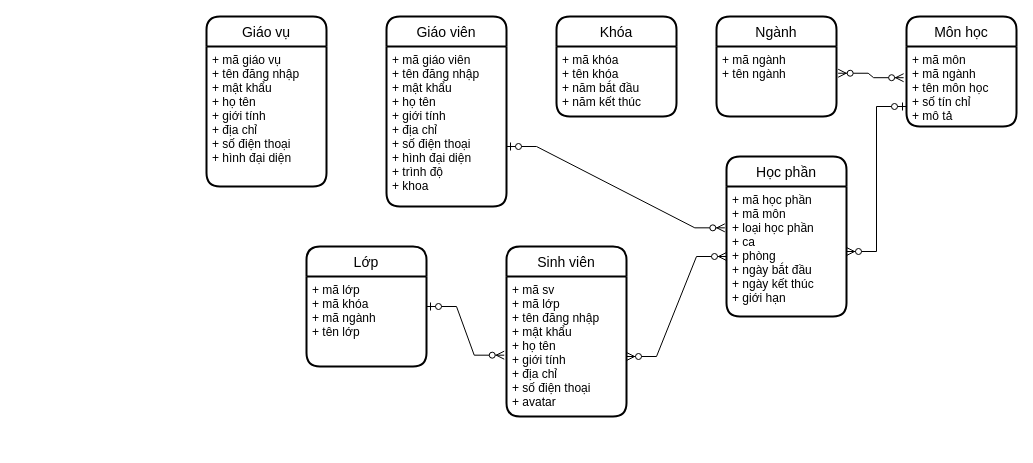
This is page "Page-1" (1 of 3) of documents/sơ đồ thực thể QLHV.drawio from buianhtai1205/Quan_Ly_Hoc_Vien, a draw.io file, before an edit. Source tidied: cells renumbered, new cells numbered last; positions are measured from the earlier drawing's top-left corner, leaving out a move shared by most shapes. Both pictures are drawn from the tidied source at 100%, with x=0, y=0 at pixel (206, 16).
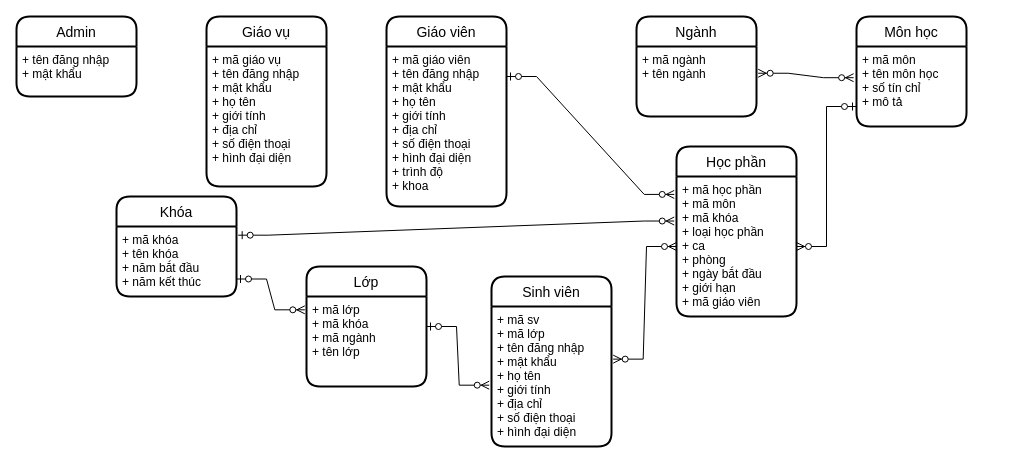
The same page after the edit.

The change refers to these unchanged cells:
```xml
<mxCell id="5" value="+ mã giáo viên&#10;+ tên đăng nhập&#10;+ mật khẩu&#10;+ họ tên&#10;+ giới tính&#10;+ địa chỉ&#10;+ số điện thoại&#10;+ hình đại diện&#10;+ trình độ &#10;+ khoa" style="align=left;strokeColor=none;fillColor=none;spacingLeft=4;fontSize=12;verticalAlign=top;" parent="4" vertex="1">
  <mxGeometry y="30" width="120" height="160" as="geometry" />
</mxCell>
<mxCell id="7" value="+ mã khóa&#10;+ tên khóa&#10;+ năm bắt đầu&#10;+ năm kết thúc" style="align=left;strokeColor=none;fillColor=none;spacingLeft=4;fontSize=12;verticalAlign=top;" parent="6" vertex="1">
  <mxGeometry y="30" width="120" height="70" as="geometry" />
</mxCell>
<mxCell id="11" value="+ mã lớp&#10;+ mã khóa&#10;+ mã ngành&#10;+ tên lớp" style="align=left;strokeColor=none;fillColor=none;spacingLeft=4;fontSize=12;verticalAlign=top;" parent="10" vertex="1">
  <mxGeometry y="30" width="120" height="90" as="geometry" />
</mxCell>
```

Change to the diagram source:
```diff
@@
     <mxCell id="6" value="Khóa" style="swimlane;horizontal=1;startSize=30;rounded=1;fontSize=14;fontStyle=0;strokeWidth=2;shadow=0;dashed=0;align=center;" parent="1" vertex="1">
-      <mxGeometry x="350" width="120" height="100" as="geometry" />
+      <mxGeometry x="-90" y="180" width="120" height="100" as="geometry" />
     </mxCell>
@@
     <mxCell id="8" value="Ngành" style="swimlane;horizontal=1;startSize=30;rounded=1;fontSize=14;fontStyle=0;strokeWidth=2;shadow=0;dashed=0;align=center;" parent="1" vertex="1">
-      <mxGeometry x="510" width="120" height="100" as="geometry" />
+      <mxGeometry x="430" width="120" height="100" as="geometry" />
     </mxCell>
@@
     <mxCell id="10" value="Lớp" style="swimlane;horizontal=1;startSize=30;rounded=1;fontSize=14;fontStyle=0;strokeWidth=2;shadow=0;dashed=0;align=center;" parent="1" vertex="1">
-      <mxGeometry x="100" y="230" width="120" height="120" as="geometry" />
+      <mxGeometry x="100" y="250" width="120" height="120" as="geometry" />
     </mxCell>
@@
     <mxCell id="12" value="Môn học" style="swimlane;horizontal=1;startSize=30;rounded=1;fontSize=14;fontStyle=0;strokeWidth=2;shadow=0;dashed=0;align=center;" parent="1" vertex="1">
-      <mxGeometry x="700" width="110" height="110" as="geometry" />
+      <mxGeometry x="650" width="110" height="110" as="geometry" />
     </mxCell>
-    <mxCell id="13" value="+ mã môn&#10;+ mã ngành&#10;+ tên môn học&#10;+ số tín chỉ&#10;+ mô tả" style="align=left;strokeColor=none;fillColor=none;spacingLeft=4;fontSize=12;verticalAlign=top;" parent="12" vertex="1">
+    <mxCell id="13" value="+ mã môn&#10;+ tên môn học&#10;+ số tín chỉ&#10;+ mô tả" style="align=left;strokeColor=none;fillColor=none;spacingLeft=4;fontSize=12;verticalAlign=top;" parent="12" vertex="1">
       <mxGeometry y="30" width="110" height="80" as="geometry" />
     </mxCell>
@@
     <mxCell id="15" value="Sinh viên" style="swimlane;horizontal=1;startSize=30;rounded=1;fontSize=14;fontStyle=0;strokeWidth=2;shadow=0;dashed=0;align=center;" parent="1" vertex="1">
-      <mxGeometry x="300" y="230" width="120" height="170" as="geometry" />
+      <mxGeometry x="285" y="260" width="120" height="170" as="geometry" />
     </mxCell>
-    <mxCell id="16" value="+ mã sv&#10;+ mã lớp&#10;+ tên đăng nhập&#10;+ mật khẩu&#10;+ họ tên&#10;+ giới tính&#10;+ địa chỉ&#10;+ số điện thoại&#10;+ avatar" style="align=left;strokeColor=none;fillColor=none;spacingLeft=4;fontSize=12;verticalAlign=top;" parent="15" vertex="1">
+    <mxCell id="16" value="+ mã sv&#10;+ mã lớp&#10;+ tên đăng nhập&#10;+ mật khẩu&#10;+ họ tên&#10;+ giới tính&#10;+ địa chỉ&#10;+ số điện thoại&#10;+ hình đại diện&#10;" style="align=left;strokeColor=none;fillColor=none;spacingLeft=4;fontSize=12;verticalAlign=top;" parent="15" vertex="1">
       <mxGeometry y="30" width="120" height="140" as="geometry" />
     </mxCell>
     <mxCell id="17" value="Học phần" style="swimlane;horizontal=1;startSize=30;rounded=1;fontSize=14;fontStyle=0;strokeWidth=2;shadow=0;dashed=0;align=center;" parent="1" vertex="1">
-      <mxGeometry x="520" y="140" width="120" height="160" as="geometry" />
+      <mxGeometry x="470" y="130" width="120" height="170" as="geometry" />
     </mxCell>
-    <mxCell id="18" value="+ mã học phần&#10;+ mã môn&#10;+ loại học phần&#10;+ ca&#10;+ phòng&#10;+ ngày bắt đầu&#10;+ ngày kết thúc&#10;+ giới hạn" style="align=left;strokeColor=none;fillColor=none;spacingLeft=4;fontSize=12;verticalAlign=top;" parent="17" vertex="1">
-      <mxGeometry y="30" width="120" height="130" as="geometry" />
+    <mxCell id="18" value="+ mã học phần&#10;+ mã môn&#10;+ mã khóa&#10;+ loại học phần&#10;+ ca&#10;+ phòng&#10;+ ngày bắt đầu&#10;+ giới hạn&#10;+ mã giáo viên" style="align=left;strokeColor=none;fillColor=none;spacingLeft=4;fontSize=12;verticalAlign=top;" parent="17" vertex="1">
+      <mxGeometry y="30" width="120" height="140" as="geometry" />
     </mxCell>
@@
-    <mxCell id="21" style="edgeStyle=entityRelationEdgeStyle;fontSize=12;html=1;endArrow=ERzeroToMany;startArrow=ERzeroToOne;rounded=0;entryX=-0.014;entryY=0.318;entryDx=0;entryDy=0;entryPerimeter=0;exitX=1;exitY=0.625;exitDx=0;exitDy=0;exitPerimeter=0;" parent="1" edge="1" source="5" target="18">
-      <mxGeometry relative="1" as="geometry" />
+    <mxCell id="21" style="edgeStyle=entityRelationEdgeStyle;fontSize=12;html=1;endArrow=ERzeroToMany;startArrow=ERzeroToOne;rounded=0;entryX=-0.019;entryY=0.128;entryDx=0;entryDy=0;entryPerimeter=0;" parent="1" edge="1" target="18">
+      <mxGeometry relative="1" as="geometry">
+        <mxPoint x="300" y="60" as="sourcePoint" />
+      </mxGeometry>
     </mxCell>
-    <mxCell id="22" style="edgeStyle=entityRelationEdgeStyle;fontSize=12;html=1;endArrow=ERzeroToMany;endFill=1;startArrow=ERzeroToMany;rounded=0;" parent="1" edge="1">
-      <mxGeometry relative="1" as="geometry">
-        <mxPoint x="420" y="340" as="sourcePoint" />
-        <mxPoint x="520" y="240" as="targetPoint" />
-      </mxGeometry>
+    <mxCell id="22" style="edgeStyle=entityRelationEdgeStyle;fontSize=12;html=1;endArrow=ERzeroToMany;endFill=1;startArrow=ERzeroToMany;rounded=0;entryX=0;entryY=0.5;entryDx=0;entryDy=0;exitX=1.014;exitY=0.376;exitDx=0;exitDy=0;exitPerimeter=0;" parent="1" edge="1" source="16" target="18">
+      <mxGeometry relative="1" as="geometry" />
     </mxCell>
+    <mxCell id="23" value="Admin" style="swimlane;horizontal=1;startSize=30;rounded=1;fontSize=14;fontStyle=0;strokeWidth=2;shadow=0;dashed=0;align=center;" parent="1" vertex="1">
+      <mxGeometry x="-190" width="120" height="80" as="geometry" />
+    </mxCell>
+    <mxCell id="24" value="+ tên đăng nhập&#10;+ mật khẩu" style="align=left;strokeColor=none;fillColor=none;spacingLeft=4;fontSize=12;verticalAlign=top;" parent="23" vertex="1">
+      <mxGeometry y="30" width="120" height="50" as="geometry" />
+    </mxCell>
+    <mxCell id="25" style="edgeStyle=entityRelationEdgeStyle;fontSize=12;html=1;endArrow=ERzeroToMany;startArrow=ERzeroToOne;rounded=0;exitX=1;exitY=0.75;exitDx=0;exitDy=0;entryX=-0.014;entryY=0.148;entryDx=0;entryDy=0;entryPerimeter=0;" parent="1" edge="1" source="7" target="11">
+      <mxGeometry relative="1" as="geometry" />
+    </mxCell>
+    <mxCell id="26" style="edgeStyle=entityRelationEdgeStyle;fontSize=12;html=1;endArrow=ERzeroToMany;startArrow=ERzeroToOne;rounded=0;exitX=1.014;exitY=0.124;exitDx=0;exitDy=0;exitPerimeter=0;entryX=-0.019;entryY=0.318;entryDx=0;entryDy=0;entryPerimeter=0;" parent="1" edge="1" source="7" target="18">
+      <mxGeometry relative="1" as="geometry" />
+    </mxCell>
```
